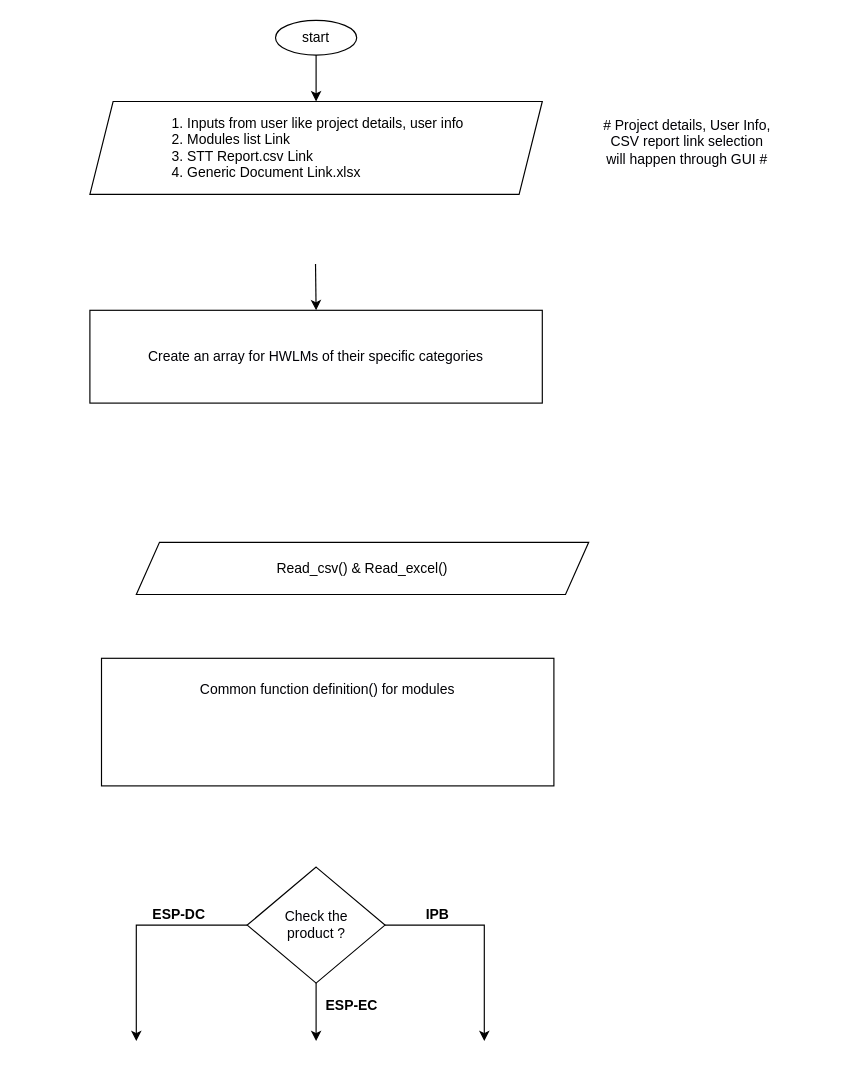
Before: Untitled Diagram.drawio in Manideep22/STT, a draw.io diagram. Source tidied: cells renumbered, new cells numbered last; positions are measured from the earlier drawing's top-left corner, leaving out a move shared by most shapes. Both pictures are drawn from the tidied source at 116%, with x=0, y=0 at pixel (89, 20).
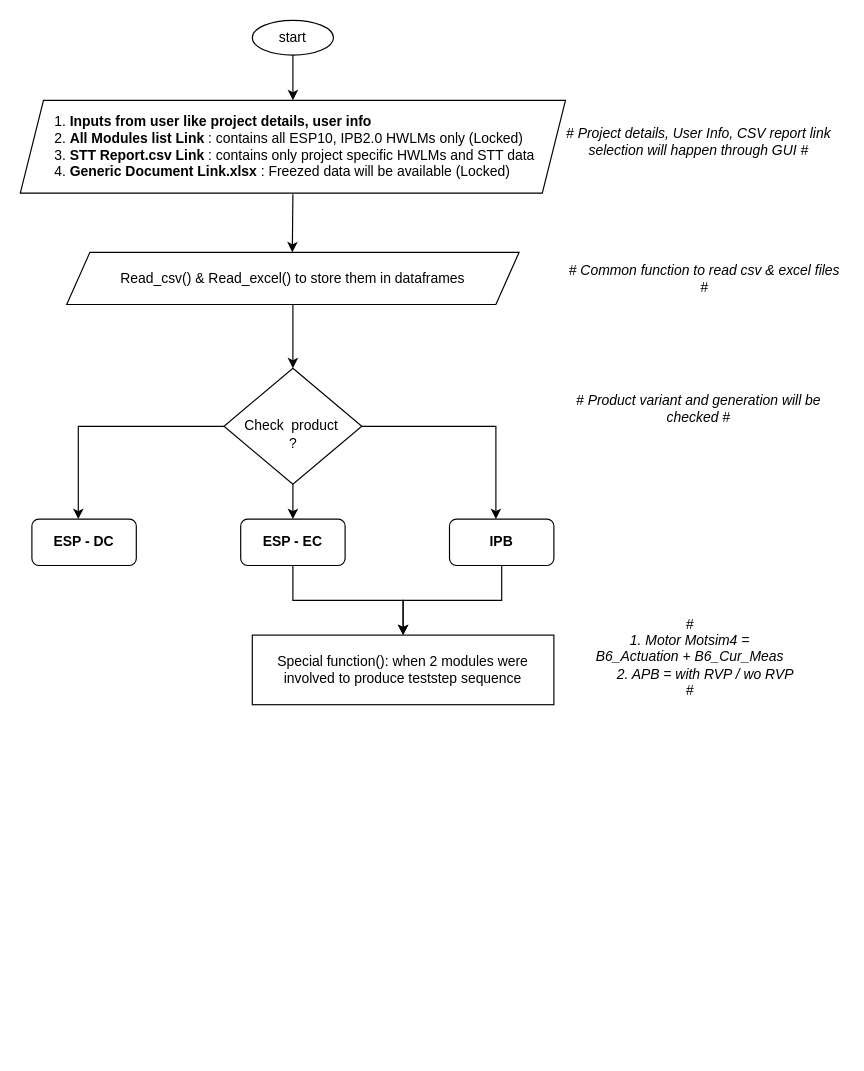
Above is the later version.

Diff of the diagram source:
```diff
@@
     <mxCell id="2" value="start" style="ellipse;whiteSpace=wrap;html=1;" parent="1" vertex="1">
-      <mxGeometry x="160" width="70" height="30" as="geometry" />
+      <mxGeometry x="140" width="70" height="30" as="geometry" />
     </mxCell>
@@
+    <mxCell id="17" style="edgeStyle=orthogonalEdgeStyle;rounded=0;jettySize=auto;html=1;exitX=0.5;exitY=1;exitDx=0;exitDy=0;entryX=0.5;entryY=0;entryDx=0;entryDy=0;fontColor=#000005;" parent="1" edge="1" source="4" target="8">
+      <mxGeometry relative="1" as="geometry" />
+    </mxCell>
-    <mxCell id="4" value="Read_csv() &amp;amp; Read_excel()" style="shape=parallelogram;perimeter=parallelogramPerimeter;whiteSpace=wrap;html=1;fixedSize=1;" parent="1" vertex="1">
-      <mxGeometry x="40" y="450" width="390" height="45" as="geometry" />
+    <mxCell id="4" value="Read_csv() &amp;amp; Read_excel() to store them in dataframes" style="shape=parallelogram;perimeter=parallelogramPerimeter;whiteSpace=wrap;html=1;fixedSize=1;" parent="1" vertex="1">
+      <mxGeometry x="-20" y="200" width="390" height="45" as="geometry" />
     </mxCell>
-    <mxCell id="5" value="&lt;div align=&quot;left&quot;&gt;&lt;span&gt; &lt;/span&gt;&lt;span&gt; &lt;/span&gt;&lt;span style=&quot;white-space: pre&quot;&gt; 1. &lt;/span&gt;Inputs from user like project details, user info &lt;br&gt;&lt;/div&gt;&lt;div align=&quot;left&quot;&gt;&lt;u&gt;&lt;span style=&quot;white-space: pre&quot;&gt;&lt;/span&gt;&lt;/u&gt;&lt;span style=&quot;white-space: pre&quot;&gt; &lt;/span&gt;2. Modules list Link&lt;br&gt;&lt;b&gt;&lt;span&gt;&lt;/span&gt;&lt;/b&gt;&lt;u&gt;&lt;span style=&quot;white-space: pre&quot;&gt;&lt;/span&gt;&lt;/u&gt;&lt;span style=&quot;white-space: pre&quot;&gt; &lt;/span&gt;3. STT Report.csv Link&lt;br&gt;&lt;/div&gt;&lt;div align=&quot;left&quot;&gt;&lt;span style=&quot;white-space: pre&quot;&gt;&lt;/span&gt;&lt;span style=&quot;white-space: pre&quot;&gt; &lt;/span&gt;4. Generic Document Link.xlsx&lt;/div&gt;" style="shape=parallelogram;perimeter=parallelogramPerimeter;whiteSpace=wrap;html=1;fixedSize=1;align=center;" parent="1" vertex="1">
-      <mxGeometry y="70" width="390" height="80" as="geometry" />
+    <mxCell id="5" value="&lt;div align=&quot;left&quot;&gt;&lt;span&gt; &lt;/span&gt;&lt;span&gt; &lt;/span&gt;&lt;span style=&quot;white-space: pre&quot;&gt; 1. &lt;/span&gt;&lt;b&gt;Inputs from user like project details, user info&lt;/b&gt; &lt;br&gt;&lt;/div&gt;&lt;div align=&quot;left&quot;&gt;&lt;u&gt;&lt;span style=&quot;white-space: pre&quot;&gt;&lt;/span&gt;&lt;/u&gt;&lt;span style=&quot;white-space: pre&quot;&gt; &lt;/span&gt;2. &lt;b&gt;All Modules list Link &lt;/b&gt;: contains all ESP10, IPB2.0 HWLMs only (Locked)&lt;br&gt;&lt;b&gt;&lt;span&gt;&lt;/span&gt;&lt;/b&gt;&lt;u&gt;&lt;span style=&quot;white-space: pre&quot;&gt;&lt;/span&gt;&lt;/u&gt;&lt;span style=&quot;white-space: pre&quot;&gt; &lt;/span&gt;3.&lt;b&gt; STT Report.csv Link&lt;/b&gt; : contains only project specific HWLMs and STT data&lt;br&gt;&lt;/div&gt;&lt;div align=&quot;left&quot;&gt;&lt;span style=&quot;white-space: pre&quot;&gt;&lt;/span&gt;&lt;span style=&quot;white-space: pre&quot;&gt; &lt;/span&gt;4. &lt;b&gt;Generic Document Link.xlsx&lt;/b&gt; : Freezed data will be available (Locked)&lt;br&gt;&lt;/div&gt;" style="shape=parallelogram;perimeter=parallelogramPerimeter;whiteSpace=wrap;html=1;fixedSize=1;align=center;" parent="1" vertex="1">
+      <mxGeometry x="-60" y="69" width="470" height="80" as="geometry" />
     </mxCell>
-    <mxCell id="6" value="ESP-EC" style="text;html=1;strokeColor=none;fillColor=none;align=center;verticalAlign=middle;whiteSpace=wrap;rounded=0;fontStyle=1;" parent="1" vertex="1">
-      <mxGeometry x="198.4" y="840" width="55.6" height="20" as="geometry" />
-    </mxCell>
     <mxCell id="7" style="endArrow=classic;html=1;rounded=0;fontColor=#0000FF;" parent="1" edge="1">
       <mxGeometry relative="1" as="geometry">
-        <mxPoint x="194.5" y="210" as="sourcePoint" />
-        <mxPoint x="195" y="250" as="targetPoint" />
+        <mxPoint x="175" y="150" as="sourcePoint" />
+        <mxPoint x="174.5" y="200" as="targetPoint" />
       </mxGeometry>
     </mxCell>
-    <mxCell id="8" value="&lt;div&gt;Check the &lt;br&gt;&lt;/div&gt;&lt;div&gt;product ?&lt;/div&gt;" style="rhombus;whiteSpace=wrap;html=1;fontColor=#000005;" parent="1" vertex="1">
-      <mxGeometry x="135.6" y="730" width="118.8" height="100" as="geometry" />
+    <mxCell id="8" value="&lt;div&gt;&lt;br&gt;&lt;/div&gt;&lt;div&gt;Check&amp;nbsp; product&amp;nbsp; &lt;br&gt;&lt;/div&gt;&lt;div&gt;?&lt;/div&gt;" style="rhombus;whiteSpace=wrap;html=1;fontColor=#000005;" parent="1" vertex="1">
+      <mxGeometry x="115.6" y="300" width="118.8" height="100" as="geometry" />
     </mxCell>
     <mxCell id="9" style="endArrow=classic;html=1;rounded=0;fontColor=#000005;exitX=1;exitY=0.5;exitDx=0;exitDy=0;" parent="1" edge="1" source="8">
       <mxGeometry relative="1" as="geometry">
-        <mxPoint x="340" y="880" as="targetPoint" />
+        <mxPoint x="350" y="430" as="targetPoint" />
         <Array as="points">
-          <mxPoint x="340" y="780" />
+          <mxPoint x="350" y="350" />
         </Array>
       </mxGeometry>
     </mxCell>
     <mxCell id="10" style="endArrow=classic;html=1;rounded=0;fontColor=#000005;exitX=0;exitY=0.5;exitDx=0;exitDy=0;" parent="1" edge="1" source="8">
       <mxGeometry relative="1" as="geometry">
-        <mxPoint x="40" y="880" as="targetPoint" />
+        <mxPoint x="-10" y="430" as="targetPoint" />
         <Array as="points">
-          <mxPoint x="40" y="780" />
+          <mxPoint x="-10" y="350" />
         </Array>
       </mxGeometry>
     </mxCell>
     <mxCell id="11" style="endArrow=classic;html=1;rounded=0;fontColor=#000005;exitX=0.5;exitY=1;exitDx=0;exitDy=0;" parent="1" edge="1" source="8">
       <mxGeometry relative="1" as="geometry">
-        <mxPoint x="195" y="880" as="targetPoint" />
+        <mxPoint x="175" y="430" as="targetPoint" />
       </mxGeometry>
     </mxCell>
+    <mxCell id="16" value="# Project details, User Info, CSV report link selection will happen through GUI #" style="text;html=1;strokeColor=none;fillColor=none;align=center;verticalAlign=middle;whiteSpace=wrap;rounded=0;fontColor=#000005;fontStyle=2;" parent="1" vertex="1">
+      <mxGeometry x="400" y="70" width="250" height="70" as="geometry" />
+    </mxCell>
+    <mxCell id="18" style="edgeStyle=orthogonalEdgeStyle;rounded=0;jettySize=auto;html=1;exitX=0.5;exitY=1;exitDx=0;exitDy=0;entryX=0.5;entryY=0;entryDx=0;entryDy=0;fontColor=#000005;" parent="1" edge="1" source="12" target="23">
+      <mxGeometry relative="1" as="geometry" />
+    </mxCell>
-    <mxCell id="12" value="&lt;b&gt;IPB&lt;/b&gt;" style="text;html=1;strokeColor=none;fillColor=none;align=center;verticalAlign=middle;whiteSpace=wrap;rounded=0;" parent="1" vertex="1">
-      <mxGeometry x="280" y="761" width="40" height="20" as="geometry" />
+    <mxCell id="12" value="&lt;b&gt;IPB&lt;/b&gt;" style="rounded=1;whiteSpace=wrap;html=1;fontColor=#000005;" parent="1" vertex="1">
+      <mxGeometry x="310" y="430" width="90" height="40" as="geometry" />
     </mxCell>
-    <mxCell id="13" value="ESP-DC" style="text;html=1;strokeColor=none;fillColor=none;align=center;verticalAlign=middle;whiteSpace=wrap;rounded=0;fontStyle=1;" parent="1" vertex="1">
-      <mxGeometry x="49" y="761" width="55.6" height="20" as="geometry" />
-    </mxCell>
-    <mxCell id="14" value="&lt;div&gt;Common function definition() for modules&lt;/div&gt;&lt;div&gt;&lt;br&gt;&lt;/div&gt;&lt;div&gt;&lt;br&gt;&lt;/div&gt;&lt;div&gt;&lt;br&gt;&lt;/div&gt;&lt;div&gt;&lt;br&gt;&lt;/div&gt;" style="rounded=0;whiteSpace=wrap;html=1;fontColor=#000005;" parent="1" vertex="1">
-      <mxGeometry x="10" y="550" width="390" height="110" as="geometry" />
-    </mxCell>
-    <mxCell id="15" value="&lt;div&gt;Create an array for HWLMs of their specific categories&lt;br&gt;&lt;/div&gt;" style="rounded=0;whiteSpace=wrap;html=1;fontColor=#000005;" parent="1" vertex="1">
-      <mxGeometry y="250" width="390" height="80" as="geometry" />
-    </mxCell>
-    <mxCell id="16" value="# Project details, User Info, CSV report link selection will happen through GUI #" style="text;html=1;strokeColor=none;fillColor=none;align=center;verticalAlign=middle;whiteSpace=wrap;rounded=0;fontColor=#000005;" parent="1" vertex="1">
-      <mxGeometry x="440" y="70" width="150" height="70" as="geometry" />
-    </mxCell>
+    <mxCell id="19" value="&lt;b&gt;ESP - DC&lt;/b&gt;" style="rounded=1;whiteSpace=wrap;html=1;fontColor=#000005;" parent="1" vertex="1">
+      <mxGeometry x="-50" y="430" width="90" height="40" as="geometry" />
+    </mxCell>
+    <mxCell id="20" style="edgeStyle=orthogonalEdgeStyle;rounded=0;jettySize=auto;html=1;exitX=0.5;exitY=1;exitDx=0;exitDy=0;entryX=0.5;entryY=0;entryDx=0;entryDy=0;fontColor=#000005;" parent="1" edge="1" source="21" target="23">
+      <mxGeometry relative="1" as="geometry" />
+    </mxCell>
+    <mxCell id="21" value="&lt;b&gt;ESP - EC&lt;/b&gt;" style="rounded=1;whiteSpace=wrap;html=1;fontColor=#000005;" parent="1" vertex="1">
+      <mxGeometry x="130" y="430" width="90" height="40" as="geometry" />
+    </mxCell>
+    <mxCell id="22" value="# Common function to read csv &amp;amp; excel files #" style="text;html=1;strokeColor=none;fillColor=none;align=center;verticalAlign=middle;whiteSpace=wrap;rounded=0;fontColor=#000005;fontStyle=2;" parent="1" vertex="1">
+      <mxGeometry x="410" y="187.5" width="240" height="70" as="geometry" />
+    </mxCell>
+    <mxCell id="23" value="&lt;div&gt;&lt;br&gt;&lt;/div&gt;&lt;div&gt;Special function(): when 2 modules were involved to produce teststep sequence &lt;/div&gt;&lt;div&gt;&lt;br&gt;&lt;/div&gt;" style="rounded=0;whiteSpace=wrap;html=1;fontColor=#000005;" parent="1" vertex="1">
+      <mxGeometry x="140" y="530" width="260" height="60" as="geometry" />
+    </mxCell>
+    <mxCell id="24" value="&lt;div&gt;# &lt;br&gt;&lt;/div&gt;&lt;div&gt;1. Motor Motsim4 = &lt;br&gt;&lt;/div&gt;&lt;div&gt;B6_Actuation + B6_Cur_Meas&lt;/div&gt;&lt;div&gt;&amp;nbsp;&amp;nbsp;&amp;nbsp;&amp;nbsp;&amp;nbsp;&amp;nbsp;&amp;nbsp; 2. APB = with RVP / wo RVP&lt;/div&gt;&lt;div&gt; #&lt;/div&gt;" style="text;html=1;strokeColor=none;fillColor=none;align=center;verticalAlign=middle;whiteSpace=wrap;rounded=0;fontColor=#000005;fontStyle=2;" parent="1" vertex="1">
+      <mxGeometry x="400" y="500" width="235" height="97" as="geometry" />
+    </mxCell>
+    <mxCell id="25" value="# Product variant and generation will be checked #" style="text;html=1;strokeColor=none;fillColor=none;align=center;verticalAlign=middle;whiteSpace=wrap;rounded=0;fontColor=#000005;fontStyle=2;" parent="1" vertex="1">
+      <mxGeometry x="400" y="300" width="250" height="70" as="geometry" />
+    </mxCell>
```
